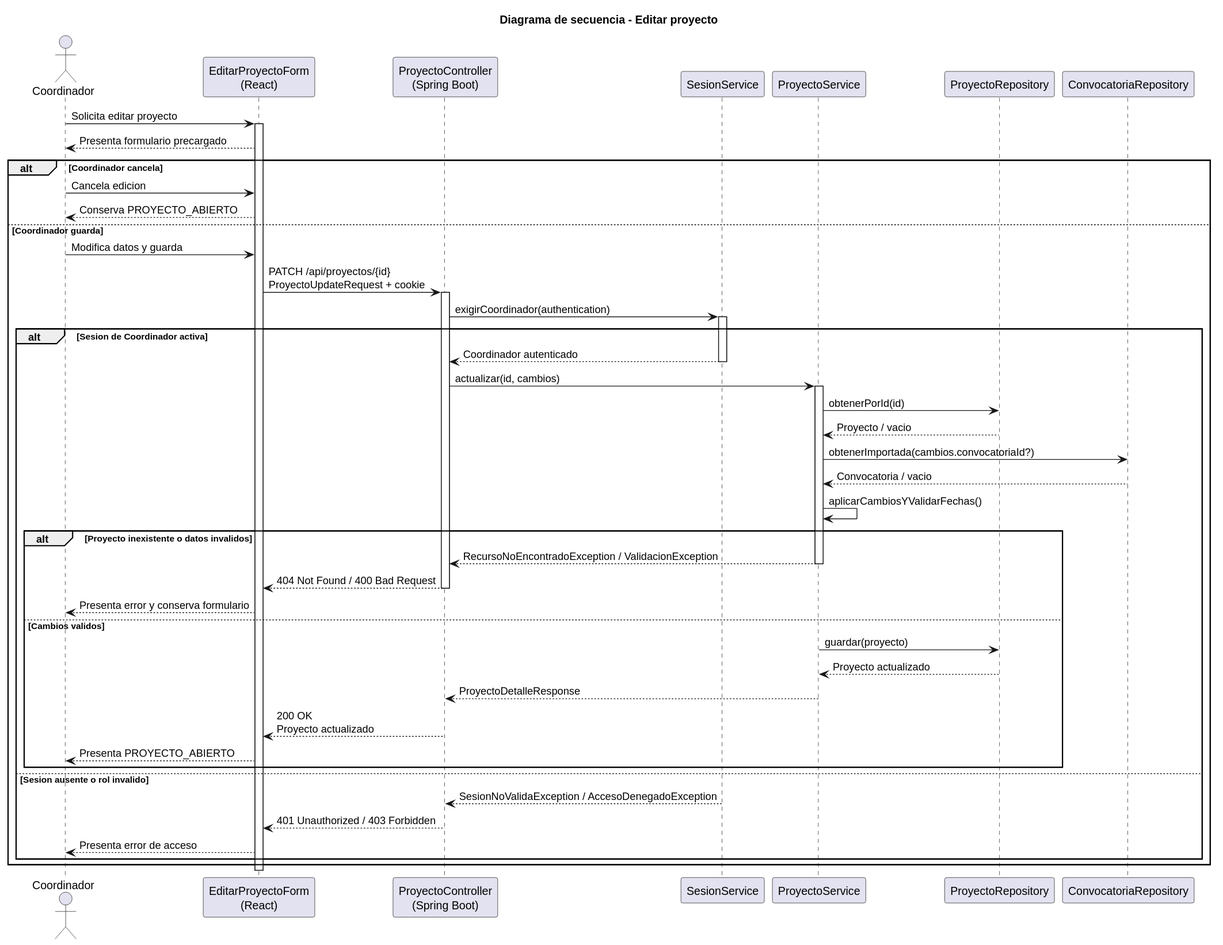
Above: images/RUP/02-diseño/casos-uso/coordinador/editarProyecto/secuencia.svg in beatriizorozco/25-26-idsw2-sdVC (PlantUML), before the change. Source of this version:
```plantuml
@startuml
title Diagrama de secuencia - Editar proyecto

actor Coordinador
participant "EditarProyectoForm\n(React)" as Frontend
participant "ProyectoController\n(Spring Boot)" as Api
participant "SesionService" as Sesion
participant "ProyectoService" as Service
participant "ProyectoRepository" as Repo
participant "ConvocatoriaRepository" as ConvocatoriaRepo

Coordinador -> Frontend: Solicita editar proyecto
activate Frontend
Frontend --> Coordinador: Presenta formulario precargado
alt Coordinador cancela
    Coordinador -> Frontend: Cancela edicion
    Frontend --> Coordinador: Conserva PROYECTO_ABIERTO
else Coordinador guarda
    Coordinador -> Frontend: Modifica datos y guarda
    Frontend -> Api: PATCH /api/proyectos/{id}\nProyectoUpdateRequest + cookie
    activate Api
    Api -> Sesion: exigirCoordinador(authentication)
    activate Sesion
    alt Sesion de Coordinador activa
        Sesion --> Api: Coordinador autenticado
        deactivate Sesion
        Api -> Service: actualizar(id, cambios)
        activate Service
        Service -> Repo: obtenerPorId(id)
        Repo --> Service: Proyecto / vacio
        Service -> ConvocatoriaRepo: obtenerImportada(cambios.convocatoriaId?)
        ConvocatoriaRepo --> Service: Convocatoria / vacio
        Service -> Service: aplicarCambiosYValidarFechas()
        alt Proyecto inexistente o datos invalidos
            Service --> Api: RecursoNoEncontradoException / ValidacionException
            deactivate Service
            Api --> Frontend: 404 Not Found / 400 Bad Request
            deactivate Api
            Frontend --> Coordinador: Presenta error y conserva formulario
        else Cambios validos
            Service -> Repo: guardar(proyecto)
            Repo --> Service: Proyecto actualizado
            Service --> Api: ProyectoDetalleResponse
            deactivate Service
            Api --> Frontend: 200 OK\nProyecto actualizado
            deactivate Api
            Frontend --> Coordinador: Presenta PROYECTO_ABIERTO
        end
    else Sesion ausente o rol invalido
        Sesion --> Api: SesionNoValidaException / AccesoDenegadoException
        deactivate Sesion
        Api --> Frontend: 401 Unauthorized / 403 Forbidden
        deactivate Api
        Frontend --> Coordinador: Presenta error de acceso
    end
end
deactivate Frontend
@enduml
```
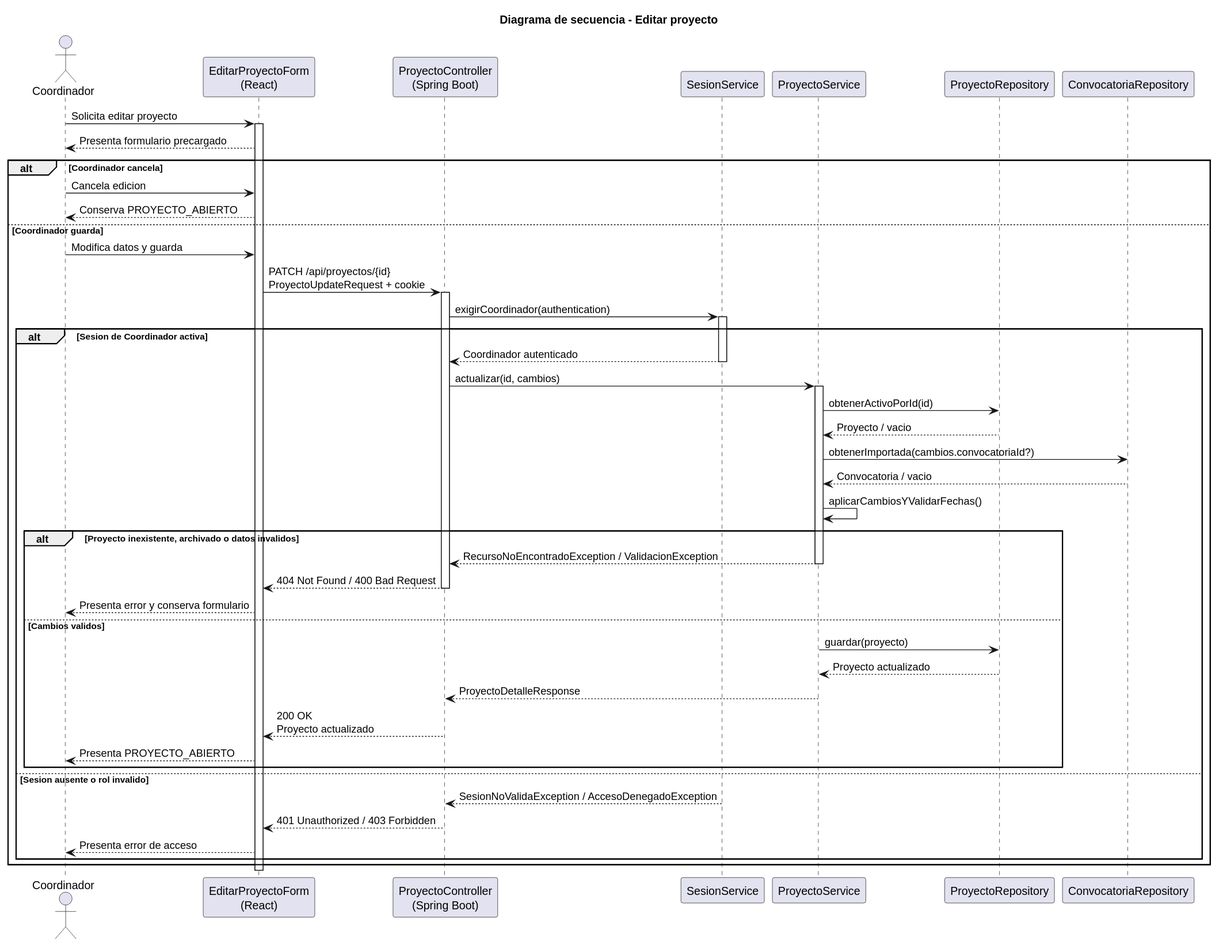
After the change.

Change to the diagram source:
```diff
@@ -26,12 +26,12 @@
         deactivate Sesion
         Api -> Service: actualizar(id, cambios)
         activate Service
-        Service -> Repo: obtenerPorId(id)
+        Service -> Repo: obtenerActivoPorId(id)
         Repo --> Service: Proyecto / vacio
         Service -> ConvocatoriaRepo: obtenerImportada(cambios.convocatoriaId?)
         ConvocatoriaRepo --> Service: Convocatoria / vacio
         Service -> Service: aplicarCambiosYValidarFechas()
-        alt Proyecto inexistente o datos invalidos
+        alt Proyecto inexistente, archivado o datos invalidos
             Service --> Api: RecursoNoEncontradoException / ValidacionException
             deactivate Service
             Api --> Frontend: 404 Not Found / 400 Bad Request
```
